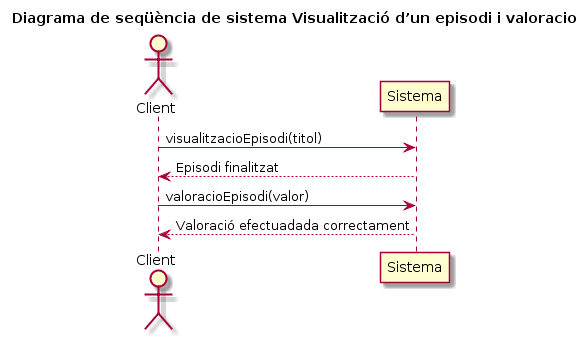
Above: uml/img/DSS3aFunc.png in IvanSevilla/totserapp (PlantUML), before the change. Source of this version:
```plantuml
@startuml
title Diagrama de seqüència de sistema Visualització d?un episodi i valoracio
Actor Client
Client -> Sistema: visualitzacioEpisodi(titol)

Client <-- Sistema: Episodi finalitzat

Client -> Sistema: valoracioEpisodi(valor)

Client <-- Sistema: Valoració efectuadada correctament
@enduml
```
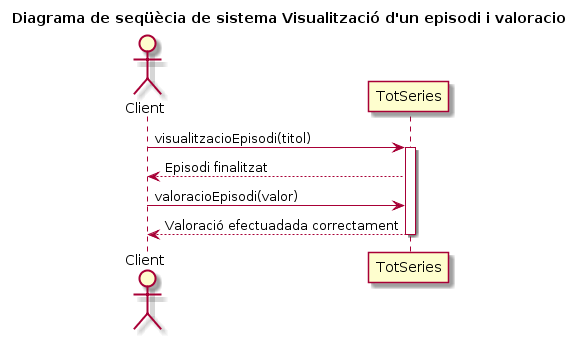
After the commit.

What changed in the source:
```diff
@@ -1,11 +1,13 @@
 @startuml
-title Diagrama de seqüència de sistema Visualització d?un episodi i valoracio
+title Diagrama de seqüècia de sistema Visualització d'un episodi i valoracio
 Actor Client
-Client -> Sistema: visualitzacioEpisodi(titol)
+Client -> TotSeries: visualitzacioEpisodi(titol)
+activate TotSeries
 
-Client <-- Sistema: Episodi finalitzat
+Client <-- TotSeries: Episodi finalitzat
 
-Client -> Sistema: valoracioEpisodi(valor)
+Client -> TotSeries: valoracioEpisodi(valor)
 
-Client <-- Sistema: Valoració efectuadada correctament
+Client <-- TotSeries: Valoració efectuadada correctament
+deactivate TotSeries
 @enduml
```
